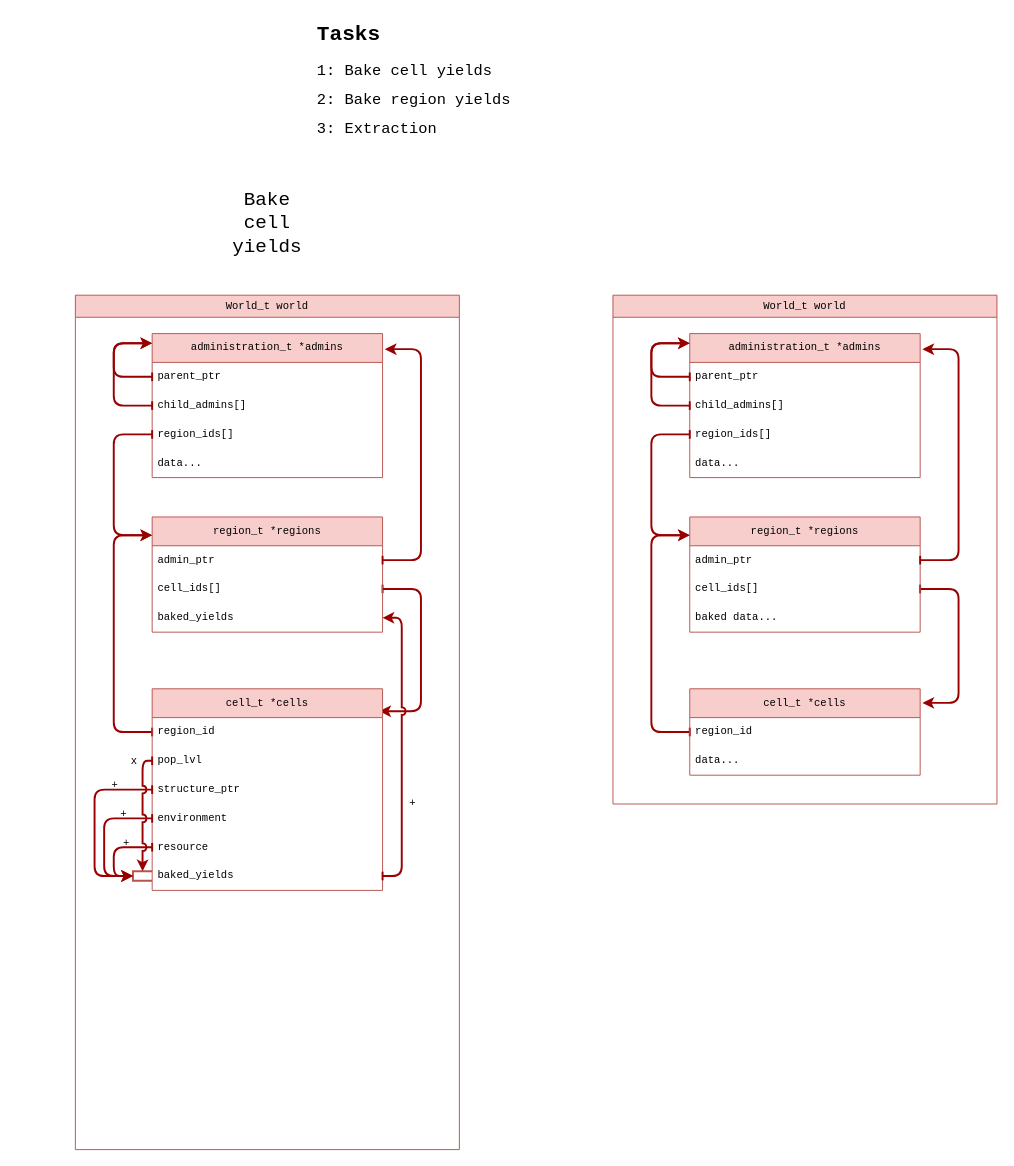
The draw.io diagram hgss.drawio in Fred-Aberg/hgss, before the edit. Source tidied: cells renumbered, new cells numbered last; positions are measured from the earlier drawing's top-left corner, leaving out a move shared by most shapes. Both pictures are drawn from the tidied source at 96%, with x=0, y=0 at pixel (75, 16).
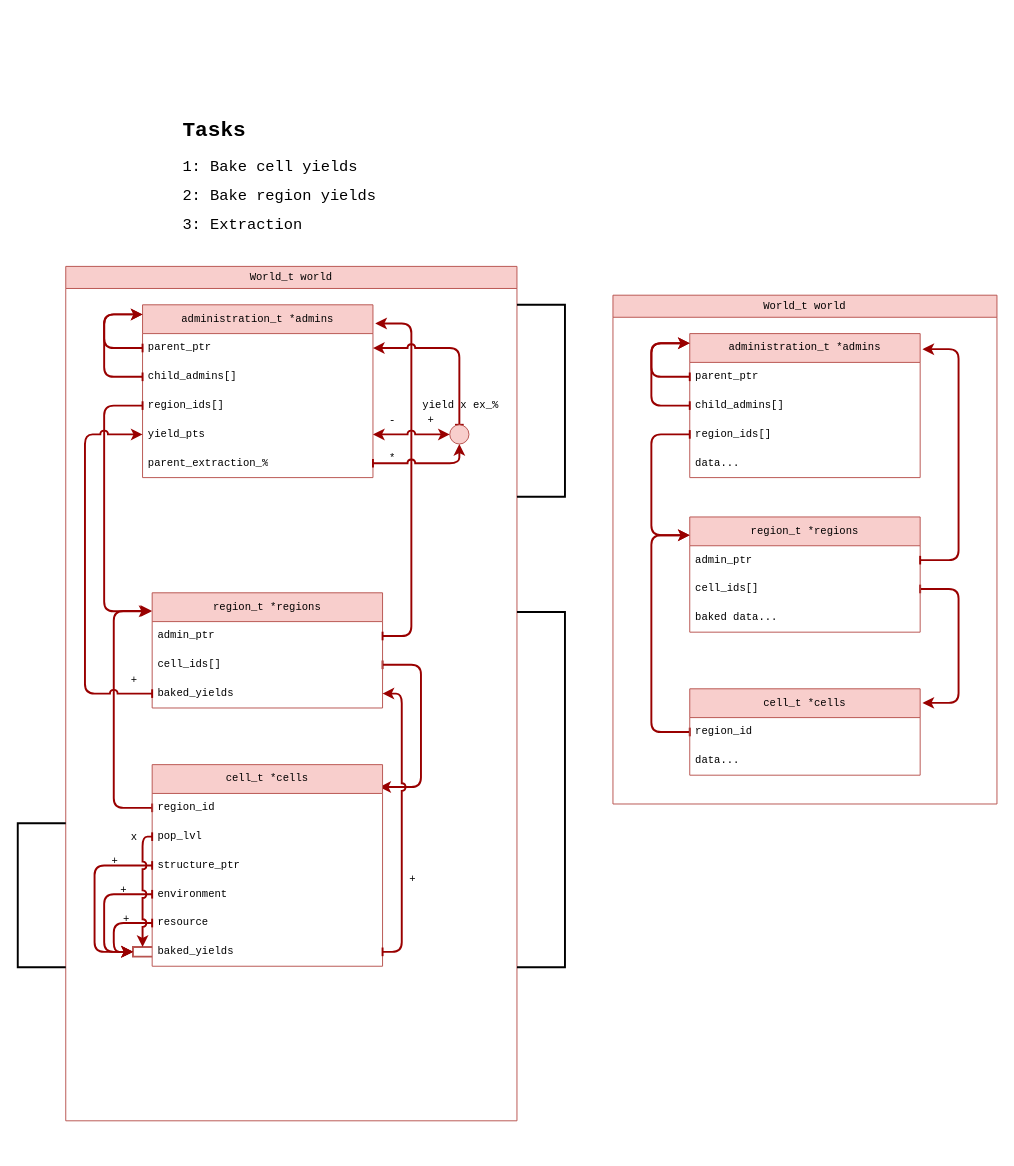
The same diagram, later.

The change refers to these unchanged cells:
```xml
<mxCell id="28" value="&lt;font face=&quot;Courier New&quot;&gt;cell_ids[]&lt;/font&gt;" style="text;align=left;verticalAlign=middle;spacingLeft=4;spacingRight=4;overflow=hidden;points=[[0,0.5],[1,0.5]];portConstraint=eastwest;whiteSpace=wrap;html=1;fontFamily=Courier New;fontSize=11;labelBackgroundColor=default;" parent="26" vertex="1">
  <mxGeometry y="60" width="240" height="30" as="geometry" />
</mxCell>
<mxCell id="29" value="baked_yields" style="text;strokeColor=none;fillColor=none;align=left;verticalAlign=middle;spacingLeft=4;spacingRight=4;overflow=hidden;points=[[0,0.5],[1,0.5]];portConstraint=eastwest;whiteSpace=wrap;html=1;fontFamily=Courier New;fontSize=11;fontColor=default;labelBackgroundColor=default;" parent="26" vertex="1">
  <mxGeometry y="90" width="240" height="30" as="geometry" />
</mxCell>
<mxCell id="31" value="region_id" style="text;align=left;verticalAlign=middle;spacingLeft=4;spacingRight=4;overflow=hidden;points=[[0,0.5],[1,0.5]];portConstraint=eastwest;whiteSpace=wrap;html=1;fontFamily=Courier New;fontSize=11;labelBackgroundColor=default;" parent="30" vertex="1">
  <mxGeometry y="30" width="240" height="30" as="geometry" />
</mxCell>
<mxCell id="32" value="pop_lvl" style="text;strokeColor=none;fillColor=none;align=left;verticalAlign=middle;spacingLeft=4;spacingRight=4;overflow=hidden;points=[[0,0.5],[1,0.5]];portConstraint=eastwest;whiteSpace=wrap;html=1;fontFamily=Courier New;fontSize=11;fontColor=default;labelBackgroundColor=default;" parent="30" vertex="1">
  <mxGeometry y="60" width="240" height="30" as="geometry" />
</mxCell>
<mxCell id="33" value="structure_ptr" style="text;strokeColor=none;fillColor=none;align=left;verticalAlign=middle;spacingLeft=4;spacingRight=4;overflow=hidden;points=[[0,0.5],[1,0.5]];portConstraint=eastwest;whiteSpace=wrap;html=1;fontFamily=Courier New;fontSize=11;fontColor=default;labelBackgroundColor=default;" parent="30" vertex="1">
  <mxGeometry y="90" width="240" height="30" as="geometry" />
</mxCell>
<mxCell id="34" value="environment" style="text;strokeColor=none;fillColor=none;align=left;verticalAlign=middle;spacingLeft=4;spacingRight=4;overflow=hidden;points=[[0,0.5],[1,0.5]];portConstraint=eastwest;whiteSpace=wrap;html=1;fontFamily=Courier New;fontSize=11;fontColor=default;labelBackgroundColor=default;" parent="30" vertex="1">
  <mxGeometry y="120" width="240" height="30" as="geometry" />
</mxCell>
<mxCell id="35" value="resource" style="text;strokeColor=none;fillColor=none;align=left;verticalAlign=middle;spacingLeft=4;spacingRight=4;overflow=hidden;points=[[0,0.5],[1,0.5]];portConstraint=eastwest;whiteSpace=wrap;html=1;fontFamily=Courier New;fontSize=11;fontColor=default;labelBackgroundColor=default;" parent="30" vertex="1">
  <mxGeometry y="150" width="240" height="30" as="geometry" />
</mxCell>
<mxCell id="36" value="baked_yields" style="text;strokeColor=none;fillColor=none;align=left;verticalAlign=middle;spacingLeft=4;spacingRight=4;overflow=hidden;points=[[0,0.5],[1,0.5]];portConstraint=eastwest;whiteSpace=wrap;html=1;fontFamily=Courier New;fontSize=11;fontColor=default;labelBackgroundColor=default;" parent="30" vertex="1">
  <mxGeometry y="180" width="240" height="30" as="geometry" />
</mxCell>
<mxCell id="43" value="region_ids[]" style="text;strokeColor=none;fillColor=none;align=left;verticalAlign=middle;spacingLeft=4;spacingRight=4;overflow=hidden;points=[[0,0.5],[1,0.5]];portConstraint=eastwest;whiteSpace=wrap;html=1;fontFamily=Courier New;fontSize=11;fontColor=default;labelBackgroundColor=default;" parent="37" vertex="1">
  <mxGeometry y="90" width="240" height="30" as="geometry" />
</mxCell>
```

Change to the diagram source:
```diff
@@
     <mxCell id="22" value="&lt;span&gt;World_t world&lt;/span&gt;" style="swimlane;whiteSpace=wrap;html=1;strokeColor=#b85450;align=center;verticalAlign=middle;swimlaneFillColor=none;fontFamily=Courier New;fontSize=11;fontColor=default;fontStyle=0;labelBackgroundColor=none;fillColor=#f8cecc;gradientColor=none;" parent="1" vertex="1">
-      <mxGeometry y="290" width="400" height="890" as="geometry" />
+      <mxGeometry x="-10" y="260" width="470" height="890" as="geometry" />
     </mxCell>
     <mxCell id="23" style="endArrow=classic;html=1;rounded=1;strokeColor=#990000;strokeWidth=2;align=center;verticalAlign=middle;fontFamily=Courier New;fontSize=11;fontColor=default;labelBackgroundColor=default;edgeStyle=elbowEdgeStyle;elbow=horizontal;exitX=1;exitY=0.5;exitDx=0;exitDy=0;entryX=0.986;entryY=0.111;entryDx=0;entryDy=0;entryPerimeter=0;jumpStyle=arc;startArrow=baseDash;startFill=0;" parent="22" edge="1" source="28" target="30">
       <mxGeometry relative="1" as="geometry">
         <Array as="points">
-          <mxPoint x="360" y="380" />
+          <mxPoint x="370" y="489" />
         </Array>
       </mxGeometry>
     </mxCell>
     <mxCell id="24" style="edgeStyle=elbowEdgeStyle;shape=connector;rounded=1;orthogonalLoop=1;jettySize=auto;elbow=horizontal;html=1;exitX=0.5;exitY=0;exitDx=0;exitDy=0;strokeColor=#990000;strokeWidth=2;align=center;verticalAlign=middle;fontFamily=Helvetica;fontSize=11;fontColor=default;labelBackgroundColor=default;endArrow=classic;" parent="22" edge="1">
       <mxGeometry relative="1" as="geometry">
-        <mxPoint x="201" y="401" as="sourcePoint" />
-        <mxPoint x="200.9" y="401" as="targetPoint" />
+        <mxPoint x="211" y="510" as="sourcePoint" />
+        <mxPoint x="210.9" y="510" as="targetPoint" />
       </mxGeometry>
     </mxCell>
     <mxCell id="25" style="endArrow=classic;html=1;rounded=1;strokeColor=#990000;strokeWidth=2;align=center;verticalAlign=middle;fontFamily=Courier New;fontSize=11;fontColor=default;labelBackgroundColor=default;edgeStyle=elbowEdgeStyle;elbow=horizontal;exitX=0;exitY=0.5;exitDx=0;exitDy=0;jumpStyle=arc;startArrow=baseDash;startFill=0;" parent="22" edge="1" source="31">
       <mxGeometry relative="1" as="geometry">
-        <mxPoint x="80" y="250" as="targetPoint" />
+        <mxPoint x="90" y="359" as="targetPoint" />
         <Array as="points">
-          <mxPoint x="40" y="350" />
+          <mxPoint x="50" y="459" />
         </Array>
       </mxGeometry>
     </mxCell>
     <mxCell id="26" value="region_t *regions" style="swimlane;fontStyle=0;horizontal=1;startSize=30;whiteSpace=wrap;html=1;fontFamily=Courier New;fontSize=11;labelBackgroundColor=none;fillColor=#f8cecc;strokeColor=#b85450;gradientColor=none;swimlaneFillColor=none;" parent="22" vertex="1">
-      <mxGeometry x="80" y="231" width="240" height="120" as="geometry" />
+      <mxGeometry x="90" y="340" width="240" height="120" as="geometry" />
     </mxCell>
@@
     <mxCell id="30" value="cell_t *cells" style="swimlane;fontStyle=0;horizontal=1;startSize=30;whiteSpace=wrap;html=1;fontFamily=Courier New;fontSize=11;labelBackgroundColor=none;fillColor=#f8cecc;strokeColor=#b85450;gradientColor=none;swimlaneFillColor=none;" parent="22" vertex="1">
-      <mxGeometry x="80" y="410" width="240" height="210" as="geometry" />
+      <mxGeometry x="90" y="519" width="240" height="210" as="geometry" />
     </mxCell>
@@
     <mxCell id="37" value="administration_t *admins" style="swimlane;fontStyle=0;horizontal=1;startSize=30;whiteSpace=wrap;html=1;fontFamily=Courier New;fontSize=11;labelBackgroundColor=none;fillColor=#f8cecc;strokeColor=#b85450;gradientColor=none;swimlaneFillColor=none;" parent="22" vertex="1">
-      <mxGeometry x="80" y="40" width="240" height="150" as="geometry" />
+      <mxGeometry x="80" y="40" width="240" height="180" as="geometry" />
     </mxCell>
@@
-    <mxCell id="42" style="edgeStyle=elbowEdgeStyle;shape=connector;rounded=1;jettySize=auto;elbow=horizontal;html=1;exitX=0;exitY=0.5;exitDx=0;exitDy=0;strokeColor=#990000;strokeWidth=2;align=center;verticalAlign=middle;fontFamily=Courier New;fontSize=11;fontColor=default;labelBackgroundColor=default;endArrow=classic;jumpStyle=arc;startArrow=baseDash;startFill=0;" parent="37" edge="1" source="43">
-      <mxGeometry relative="1" as="geometry">
-        <mxPoint y="210" as="targetPoint" />
-        <Array as="points">
-          <mxPoint x="-40" y="160" />
-        </Array>
-      </mxGeometry>
-    </mxCell>
@@
-    <mxCell id="44" value="data..." style="text;strokeColor=none;fillColor=none;align=left;verticalAlign=middle;spacingLeft=4;spacingRight=4;overflow=hidden;points=[[0,0.5],[1,0.5]];portConstraint=eastwest;whiteSpace=wrap;html=1;fontFamily=Courier New;fontSize=11;fontColor=default;labelBackgroundColor=default;" parent="37" vertex="1">
+    <mxCell id="44" value="yield_pts" style="text;strokeColor=none;fillColor=none;align=left;verticalAlign=middle;spacingLeft=4;spacingRight=4;overflow=hidden;points=[[0,0.5],[1,0.5]];portConstraint=eastwest;whiteSpace=wrap;html=1;fontFamily=Courier New;fontSize=11;fontColor=default;labelBackgroundColor=default;" parent="37" vertex="1">
       <mxGeometry y="120" width="240" height="30" as="geometry" />
     </mxCell>
+    <mxCell id="59" value="parent_extraction_%" style="text;strokeColor=none;fillColor=none;align=left;verticalAlign=middle;spacingLeft=4;spacingRight=4;overflow=hidden;points=[[0,0.5],[1,0.5]];portConstraint=eastwest;whiteSpace=wrap;html=1;fontFamily=Courier New;fontSize=11;fontColor=default;labelBackgroundColor=default;" parent="37" vertex="1">
+      <mxGeometry y="150" width="240" height="30" as="geometry" />
+    </mxCell>
@@
     <mxCell id="46" style="strokeWidth=2;html=1;shape=mxgraph.flowchart.annotation_1;align=left;rounded=0;verticalAlign=top;fontFamily=Courier New;fontSize=11;fontStyle=0;labelBackgroundColor=none;fillColor=#f8cecc;strokeColor=#b85450;" parent="22" vertex="1">
-      <mxGeometry x="60" y="600" width="20" height="10" as="geometry" />
+      <mxGeometry x="70" y="709" width="20" height="10" as="geometry" />
     </mxCell>
     <mxCell id="47" style="edgeStyle=elbowEdgeStyle;shape=connector;rounded=1;jumpStyle=arc;jettySize=auto;elbow=horizontal;html=1;exitX=0;exitY=0.5;exitDx=0;exitDy=0;entryX=0;entryY=0.5;entryDx=0;entryDy=0;entryPerimeter=0;strokeColor=#990000;strokeWidth=2;align=center;verticalAlign=middle;fontFamily=Courier New;fontSize=11;fontColor=default;fontStyle=0;labelBackgroundColor=none;startArrow=baseDash;startFill=0;endArrow=classic;" parent="22" edge="1" source="35" target="46">
       <mxGeometry relative="1" as="geometry">
         <Array as="points">
-          <mxPoint x="40" y="590" />
+          <mxPoint x="50" y="699" />
         </Array>
       </mxGeometry>
     </mxCell>
@@
     <mxCell id="49" style="edgeStyle=elbowEdgeStyle;shape=connector;rounded=1;jumpStyle=arc;jettySize=auto;elbow=horizontal;html=1;exitX=0;exitY=0.5;exitDx=0;exitDy=0;entryX=0;entryY=0.5;entryDx=0;entryDy=0;entryPerimeter=0;strokeColor=#990000;strokeWidth=2;align=center;verticalAlign=middle;fontFamily=Courier New;fontSize=11;fontColor=default;fontStyle=0;labelBackgroundColor=none;startArrow=baseDash;startFill=0;endArrow=classic;" parent="22" edge="1" source="34" target="46">
       <mxGeometry relative="1" as="geometry">
         <Array as="points">
-          <mxPoint x="30" y="580" />
+          <mxPoint x="40" y="689" />
         </Array>
       </mxGeometry>
     </mxCell>
@@
     <mxCell id="51" style="edgeStyle=elbowEdgeStyle;shape=connector;rounded=1;jumpStyle=arc;jettySize=auto;elbow=horizontal;html=1;exitX=0;exitY=0.5;exitDx=0;exitDy=0;entryX=0;entryY=0.5;entryDx=0;entryDy=0;entryPerimeter=0;strokeColor=#990000;strokeWidth=2;align=center;verticalAlign=middle;fontFamily=Courier New;fontSize=11;fontColor=default;fontStyle=0;labelBackgroundColor=none;startArrow=baseDash;startFill=0;endArrow=classic;" parent="22" edge="1" source="33" target="46">
       <mxGeometry relative="1" as="geometry">
         <Array as="points">
-          <mxPoint x="20" y="560" />
+          <mxPoint x="30" y="669" />
         </Array>
       </mxGeometry>
     </mxCell>
@@
     <mxCell id="53" style="edgeStyle=elbowEdgeStyle;shape=connector;rounded=1;jumpStyle=arc;jettySize=auto;elbow=horizontal;html=1;exitX=0;exitY=0.5;exitDx=0;exitDy=0;entryX=0.5;entryY=0;entryDx=0;entryDy=0;entryPerimeter=0;strokeColor=#990000;strokeWidth=2;align=center;verticalAlign=middle;fontFamily=Courier New;fontSize=11;fontColor=default;fontStyle=0;labelBackgroundColor=none;startArrow=baseDash;startFill=0;endArrow=classic;" parent="22" edge="1" source="32" target="46">
       <mxGeometry relative="1" as="geometry">
         <Array as="points">
-          <mxPoint x="70" y="540" />
+          <mxPoint x="80" y="649" />
         </Array>
       </mxGeometry>
     </mxCell>
@@
     <mxCell id="55" style="edgeStyle=elbowEdgeStyle;shape=connector;rounded=1;jumpStyle=arc;jettySize=auto;elbow=horizontal;html=1;exitX=1;exitY=0.5;exitDx=0;exitDy=0;entryX=1;entryY=0.5;entryDx=0;entryDy=0;strokeColor=#990000;strokeWidth=2;align=center;verticalAlign=middle;fontFamily=Courier New;fontSize=11;fontColor=default;fontStyle=0;labelBackgroundColor=none;startArrow=baseDash;startFill=0;endArrow=classic;" parent="22" edge="1" source="36" target="29">
       <mxGeometry relative="1" as="geometry">
         <Array as="points">
-          <mxPoint x="340" y="470" />
+          <mxPoint x="350" y="579" />
         </Array>
       </mxGeometry>
     </mxCell>
@@
+    <mxCell id="42" style="edgeStyle=elbowEdgeStyle;shape=connector;rounded=1;jettySize=auto;elbow=horizontal;html=1;exitX=0;exitY=0.5;exitDx=0;exitDy=0;strokeColor=#990000;strokeWidth=2;align=center;verticalAlign=middle;fontFamily=Courier New;fontSize=11;fontColor=default;labelBackgroundColor=default;endArrow=classic;jumpStyle=arc;startArrow=baseDash;startFill=0;entryX=-0.007;entryY=0.16;entryDx=0;entryDy=0;entryPerimeter=0;" parent="22" edge="1" source="43" target="26">
+      <mxGeometry relative="1" as="geometry">
+        <Array as="points">
+          <mxPoint x="40" y="200" />
+        </Array>
+      </mxGeometry>
+    </mxCell>
+    <mxCell id="60" style="edgeStyle=elbowEdgeStyle;shape=connector;rounded=1;jumpStyle=arc;jettySize=auto;elbow=horizontal;html=1;exitX=0;exitY=0.5;exitDx=0;exitDy=0;entryX=0;entryY=0.5;entryDx=0;entryDy=0;strokeColor=#990000;strokeWidth=2;align=center;verticalAlign=middle;fontFamily=Courier New;fontSize=11;fontColor=default;fontStyle=0;labelBackgroundColor=none;startArrow=baseDash;startFill=0;endArrow=classic;" parent="22" edge="1" source="29" target="44">
+      <mxGeometry relative="1" as="geometry">
+        <Array as="points">
+          <mxPoint x="20" y="300" />
+        </Array>
+      </mxGeometry>
+    </mxCell>
+    <mxCell id="61" value="+" style="edgeLabel;html=1;align=center;verticalAlign=middle;rounded=0;fontFamily=Courier New;fontSize=11;fontColor=default;fontStyle=0;labelBackgroundColor=none;fillColor=none;gradientColor=none;" parent="60" vertex="1">
+      <mxGeometry x="0.36" relative="1" as="geometry">
+        <mxPoint x="50" y="187" as="offset" />
+      </mxGeometry>
+    </mxCell>
+    <mxCell id="62" style="edgeStyle=elbowEdgeStyle;shape=connector;rounded=1;jumpStyle=arc;jettySize=auto;elbow=horizontal;html=1;exitX=0.5;exitY=0;exitDx=0;exitDy=0;entryX=1;entryY=0.25;entryDx=0;entryDy=0;strokeColor=#990000;strokeWidth=2;align=center;verticalAlign=middle;fontFamily=Courier New;fontSize=11;fontColor=default;fontStyle=0;labelBackgroundColor=none;startArrow=baseDash;startFill=0;endArrow=classic;" parent="22" edge="1" source="64" target="37">
+      <mxGeometry relative="1" as="geometry">
+        <Array as="points">
+          <mxPoint x="410" y="130" />
+        </Array>
+      </mxGeometry>
+    </mxCell>
+    <mxCell id="63" value="yield x ex_%" style="edgeLabel;html=1;align=center;verticalAlign=middle;rounded=0;fontFamily=Courier New;fontSize=11;fontColor=default;fontStyle=0;labelBackgroundColor=none;fillColor=none;gradientColor=none;" parent="62" vertex="1">
+      <mxGeometry x="-0.64" relative="1" as="geometry">
+        <mxPoint y="10" as="offset" />
+      </mxGeometry>
+    </mxCell>
+    <mxCell id="64" style="ellipse;whiteSpace=wrap;html=1;rounded=0;align=left;verticalAlign=top;fontFamily=Courier New;fontSize=11;fontStyle=0;labelBackgroundColor=none;fillColor=#f8cecc;strokeColor=#b85450;" parent="22" vertex="1">
+      <mxGeometry x="400" y="165" width="20" height="20" as="geometry" />
+    </mxCell>
+    <mxCell id="65" style="edgeStyle=elbowEdgeStyle;shape=connector;rounded=1;jumpStyle=arc;jettySize=auto;elbow=horizontal;html=1;exitX=1;exitY=0.5;exitDx=0;exitDy=0;entryX=0;entryY=0.5;entryDx=0;entryDy=0;strokeColor=#990000;strokeWidth=2;align=center;verticalAlign=middle;fontFamily=Courier New;fontSize=11;fontColor=default;fontStyle=0;labelBackgroundColor=none;startArrow=classic;startFill=1;endArrow=classic;" parent="22" edge="1" source="44" target="64">
+      <mxGeometry relative="1" as="geometry" />
+    </mxCell>
+    <mxCell id="66" value="+" style="edgeLabel;html=1;align=center;verticalAlign=middle;rounded=0;fontFamily=Courier New;fontSize=11;fontColor=default;fontStyle=0;labelBackgroundColor=none;fillColor=none;gradientColor=none;" parent="65" vertex="1">
+      <mxGeometry x="-0.59" y="-1" relative="1" as="geometry">
+        <mxPoint x="43" y="-16" as="offset" />
+      </mxGeometry>
+    </mxCell>
+    <mxCell id="67" value="-" style="edgeLabel;html=1;align=center;verticalAlign=middle;rounded=0;fontFamily=Courier New;fontSize=11;fontColor=default;fontStyle=0;labelBackgroundColor=none;fillColor=none;gradientColor=none;" parent="65" vertex="1">
+      <mxGeometry x="-0.53" relative="1" as="geometry">
+        <mxPoint y="-15" as="offset" />
+      </mxGeometry>
+    </mxCell>
+    <mxCell id="68" value="*" style="edgeStyle=elbowEdgeStyle;shape=connector;rounded=1;jumpStyle=arc;jettySize=auto;elbow=horizontal;html=1;exitX=1;exitY=0.5;exitDx=0;exitDy=0;entryX=0.5;entryY=1;entryDx=0;entryDy=0;strokeColor=#990000;strokeWidth=2;align=center;verticalAlign=middle;fontFamily=Courier New;fontSize=11;fontColor=default;fontStyle=0;labelBackgroundColor=none;startArrow=baseDash;startFill=0;endArrow=classic;" parent="22" edge="1" source="59" target="64">
+      <mxGeometry x="-0.64" y="5" relative="1" as="geometry">
+        <Array as="points">
+          <mxPoint x="410" y="190" />
+        </Array>
+      </mxGeometry>
+    </mxCell>
     <mxCell id="57" value="&lt;h1 style=&quot;margin-top: 0px;&quot;&gt;Tasks&lt;/h1&gt;&lt;p&gt;&lt;font style=&quot;font-size: 16px;&quot;&gt;1: Bake cell yields&lt;/font&gt;&lt;/p&gt;&lt;p&gt;&lt;font style=&quot;font-size: 16px;&quot;&gt;2: Bake region yields&lt;/font&gt;&lt;/p&gt;&lt;p&gt;&lt;font style=&quot;font-size: 16px;&quot;&gt;3: Extraction&lt;/font&gt;&lt;/p&gt;" style="text;html=1;whiteSpace=wrap;overflow=hidden;rounded=0;fontFamily=Courier New;fontSize=11;fontColor=default;fontStyle=0;labelBackgroundColor=none;" parent="1" vertex="1">
-      <mxGeometry x="250" width="490" height="200" as="geometry" />
+      <mxGeometry x="110" y="100" width="210" height="200" as="geometry" />
     </mxCell>
-    <mxCell id="58" value="&lt;font style=&quot;font-size: 20px;&quot;&gt;Bake cell yields&lt;/font&gt;" style="text;html=1;align=center;verticalAlign=middle;whiteSpace=wrap;rounded=0;fontFamily=Courier New;fontSize=11;fontColor=default;fontStyle=0;labelBackgroundColor=none;" parent="1" vertex="1">
-      <mxGeometry x="170" y="200" width="60" height="30" as="geometry" />
-    </mxCell>
+    <mxCell id="69" style="strokeWidth=2;html=1;shape=mxgraph.flowchart.annotation_1;align=left;rounded=0;verticalAlign=top;fontFamily=Courier New;fontSize=11;fontColor=default;fontStyle=0;labelBackgroundColor=none;fillColor=none;gradientColor=none;" parent="1" vertex="1">
+      <mxGeometry x="-60" y="840" width="50" height="150" as="geometry" />
+    </mxCell>
+    <mxCell id="70" style="strokeWidth=2;html=1;shape=mxgraph.flowchart.annotation_1;align=left;rounded=0;verticalAlign=top;fontFamily=Courier New;fontSize=11;fontColor=default;fontStyle=0;labelBackgroundColor=none;fillColor=none;gradientColor=none;direction=west;" parent="1" vertex="1">
+      <mxGeometry x="460" y="620" width="50" height="370" as="geometry" />
+    </mxCell>
+    <mxCell id="71" style="strokeWidth=2;html=1;shape=mxgraph.flowchart.annotation_1;align=left;rounded=0;verticalAlign=top;fontFamily=Courier New;fontSize=11;fontColor=default;fontStyle=0;labelBackgroundColor=none;fillColor=none;gradientColor=none;direction=west;" parent="1" vertex="1">
+      <mxGeometry x="460" y="300" width="50" height="200" as="geometry" />
+    </mxCell>
```
